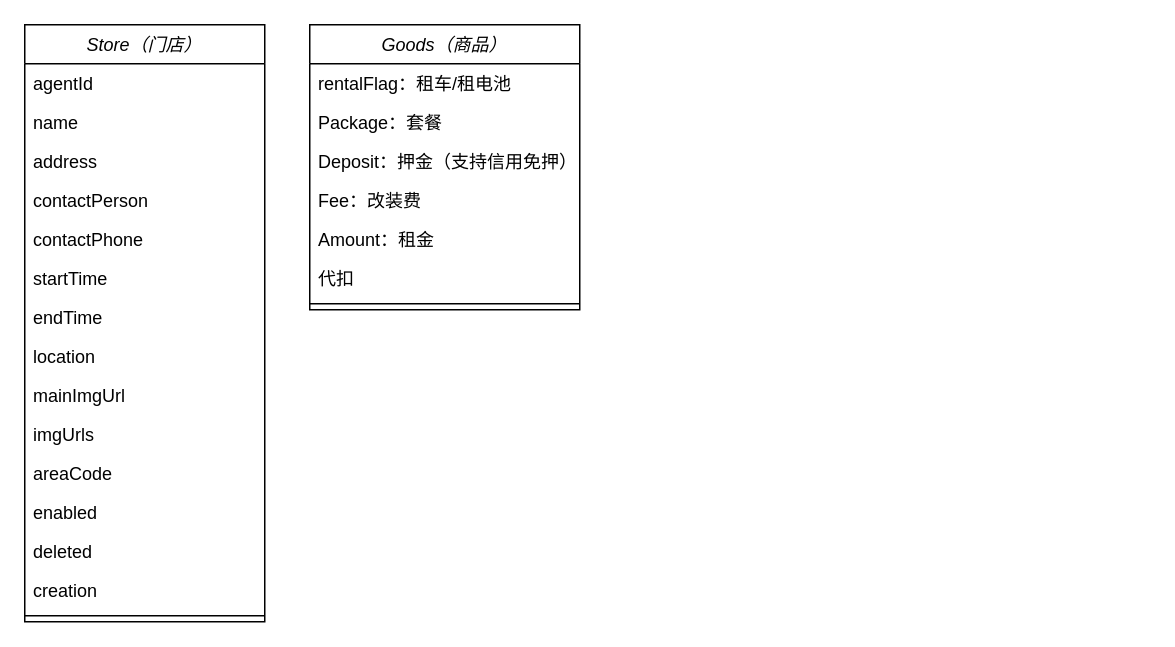
The draw.io diagram 换电SaaS平台.drawio in vikey5210000/diagrams, before the edit. Source tidied: cells renumbered, new cells numbered last; positions are measured from the earlier drawing's top-left corner, leaving out a move shared by most shapes. Both pictures are drawn from the tidied source at 150%, with x=0, y=0 at pixel (24, 24).
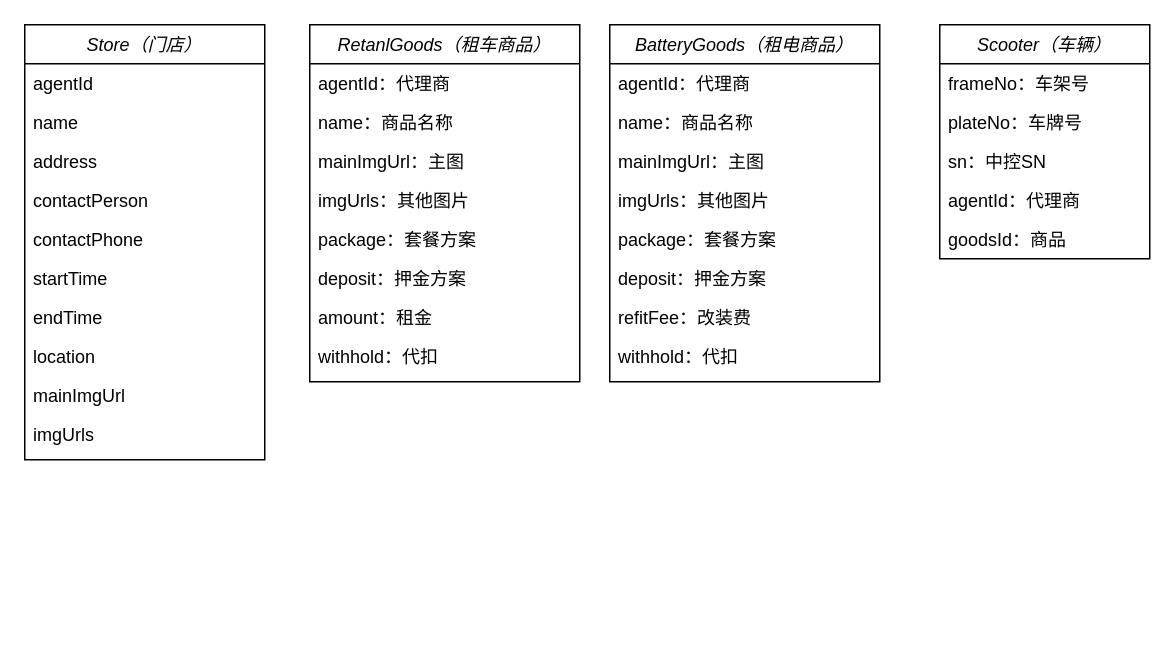
The same page after the edit.

Commit message:
更新换电SaaS平台.drawio

The edit, as a diff of the source:
```diff
@@
-    <mxCell id="2" value="Goods（商品）" style="swimlane;fontStyle=2;align=center;verticalAlign=top;horizontal=1;startSize=26;rounded=0;shadow=0;strokeWidth=1;" parent="1" vertex="1">
-      <mxGeometry x="190" width="180" height="190" as="geometry" />
+    <mxCell id="2" value="RetanlGoods（租车商品）" style="swimlane;fontStyle=2;align=center;verticalAlign=top;horizontal=1;startSize=26;rounded=0;shadow=0;strokeWidth=1;" parent="1" vertex="1">
+      <mxGeometry x="190" width="180" height="238" as="geometry" />
     </mxCell>
-    <mxCell id="3" value="rentalFlag：租车/租电池" style="text;align=left;verticalAlign=top;spacingLeft=4;spacingRight=4;overflow=hidden;" parent="2" vertex="1">
-      <mxGeometry y="26" width="180" height="26" as="geometry" />
-    </mxCell>
+    <mxCell id="26" value="agentId：代理商" style="text;align=left;verticalAlign=top;spacingLeft=4;spacingRight=4;overflow=hidden;rounded=0;shadow=0;html=0;" parent="2" vertex="1">
+      <mxGeometry y="26" width="180" height="26" as="geometry" />
+    </mxCell>
+    <mxCell id="27" value="name：商品名称" style="text;align=left;verticalAlign=top;spacingLeft=4;spacingRight=4;overflow=hidden;rounded=0;shadow=0;html=0;" parent="2" vertex="1">
+      <mxGeometry y="52" width="180" height="26" as="geometry" />
+    </mxCell>
+    <mxCell id="28" value="mainImgUrl：主图" style="text;align=left;verticalAlign=top;spacingLeft=4;spacingRight=4;overflow=hidden;rounded=0;shadow=0;html=0;" parent="2" vertex="1">
+      <mxGeometry y="78" width="180" height="26" as="geometry" />
+    </mxCell>
+    <mxCell id="29" value="imgUrls：其他图片" style="text;align=left;verticalAlign=top;spacingLeft=4;spacingRight=4;overflow=hidden;rounded=0;shadow=0;html=0;" parent="2" vertex="1">
+      <mxGeometry y="104" width="180" height="26" as="geometry" />
+    </mxCell>
-    <mxCell id="4" value="Package：套餐" style="text;align=left;verticalAlign=top;spacingLeft=4;spacingRight=4;overflow=hidden;rounded=0;shadow=0;html=0;" parent="2" vertex="1">
-      <mxGeometry y="52" width="180" height="26" as="geometry" />
+    <mxCell id="4" value="package：套餐方案" style="text;align=left;verticalAlign=top;spacingLeft=4;spacingRight=4;overflow=hidden;rounded=0;shadow=0;html=0;" parent="2" vertex="1">
+      <mxGeometry y="130" width="180" height="26" as="geometry" />
     </mxCell>
-    <mxCell id="5" value="Deposit：押金（支持信用免押）" style="text;align=left;verticalAlign=top;spacingLeft=4;spacingRight=4;overflow=hidden;rounded=0;shadow=0;html=0;" parent="2" vertex="1">
-      <mxGeometry y="78" width="180" height="26" as="geometry" />
+    <mxCell id="5" value="deposit：押金方案" style="text;align=left;verticalAlign=top;spacingLeft=4;spacingRight=4;overflow=hidden;rounded=0;shadow=0;html=0;" parent="2" vertex="1">
+      <mxGeometry y="156" width="180" height="26" as="geometry" />
     </mxCell>
-    <mxCell id="6" value="Fee：改装费" style="text;align=left;verticalAlign=top;spacingLeft=4;spacingRight=4;overflow=hidden;rounded=0;shadow=0;html=0;" parent="2" vertex="1">
-      <mxGeometry y="104" width="180" height="26" as="geometry" />
-    </mxCell>
-    <mxCell id="7" value="Amount：租金" style="text;align=left;verticalAlign=top;spacingLeft=4;spacingRight=4;overflow=hidden;rounded=0;shadow=0;html=0;" parent="2" vertex="1">
-      <mxGeometry y="130" width="180" height="26" as="geometry" />
+    <mxCell id="7" value="amount：租金" style="text;align=left;verticalAlign=top;spacingLeft=4;spacingRight=4;overflow=hidden;rounded=0;shadow=0;html=0;" parent="2" vertex="1">
+      <mxGeometry y="182" width="180" height="26" as="geometry" />
     </mxCell>
-    <mxCell id="8" value="代扣" style="text;align=left;verticalAlign=top;spacingLeft=4;spacingRight=4;overflow=hidden;rounded=0;shadow=0;html=0;" parent="2" vertex="1">
-      <mxGeometry y="156" width="180" height="26" as="geometry" />
+    <mxCell id="8" value="withhold：代扣" style="text;align=left;verticalAlign=top;spacingLeft=4;spacingRight=4;overflow=hidden;rounded=0;shadow=0;html=0;" parent="2" vertex="1">
+      <mxGeometry y="208" width="180" height="26" as="geometry" />
     </mxCell>
-    <mxCell id="9" style="line;html=1;strokeWidth=1;align=left;verticalAlign=middle;spacingTop=-1;spacingLeft=3;spacingRight=3;labelPosition=right;" parent="2" vertex="1">
-      <mxGeometry y="182" width="180" height="8" as="geometry" />
-    </mxCell>
     <mxCell id="10" value="Store（门店）" style="swimlane;fontStyle=2;align=center;verticalAlign=top;horizontal=1;startSize=26;" parent="1" vertex="1">
-      <mxGeometry width="160" height="398" as="geometry" />
+      <mxGeometry width="160" height="290" as="geometry" />
     </mxCell>
@@
     <mxCell id="20" value="imgUrls" style="text;strokeColor=none;fillColor=none;align=left;verticalAlign=top;spacingLeft=4;spacingRight=4;overflow=hidden;" parent="10" vertex="1">
-      <mxGeometry y="260" width="160" height="26" as="geometry" />
+      <mxGeometry y="260" width="160" height="30" as="geometry" />
     </mxCell>
-    <mxCell id="21" value="areaCode" style="text;strokeColor=none;fillColor=none;align=left;verticalAlign=top;spacingLeft=4;spacingRight=4;overflow=hidden;" parent="10" vertex="1">
-      <mxGeometry y="286" width="160" height="26" as="geometry" />
-    </mxCell>
-    <mxCell id="22" value="enabled" style="text;strokeColor=none;fillColor=none;align=left;verticalAlign=top;spacingLeft=4;spacingRight=4;overflow=hidden;" parent="10" vertex="1">
-      <mxGeometry y="312" width="160" height="26" as="geometry" />
-    </mxCell>
-    <mxCell id="23" value="deleted" style="text;strokeColor=none;fillColor=none;align=left;verticalAlign=top;spacingLeft=4;spacingRight=4;overflow=hidden;" parent="10" vertex="1">
-      <mxGeometry y="338" width="160" height="26" as="geometry" />
-    </mxCell>
-    <mxCell id="24" value="creation" style="text;strokeColor=none;fillColor=none;align=left;verticalAlign=top;spacingLeft=4;spacingRight=4;overflow=hidden;" parent="10" vertex="1">
-      <mxGeometry y="364" width="160" height="26" as="geometry" />
-    </mxCell>
-    <mxCell id="25" style="line;strokeWidth=1;fillColor=none;align=left;verticalAlign=middle;spacingTop=-1;spacingLeft=3;spacingRight=3;labelPosition=right;" parent="10" vertex="1">
-      <mxGeometry y="390" width="160" height="8" as="geometry" />
-    </mxCell>
+    <mxCell id="30" value="BatteryGoods（租电商品）" style="swimlane;fontStyle=2;align=center;verticalAlign=top;horizontal=1;startSize=26;rounded=0;shadow=0;strokeWidth=1;" parent="1" vertex="1">
+      <mxGeometry x="390" width="180" height="238" as="geometry" />
+    </mxCell>
+    <mxCell id="31" value="agentId：代理商" style="text;align=left;verticalAlign=top;spacingLeft=4;spacingRight=4;overflow=hidden;rounded=0;shadow=0;html=0;" parent="30" vertex="1">
+      <mxGeometry y="26" width="180" height="26" as="geometry" />
+    </mxCell>
+    <mxCell id="32" value="name：商品名称" style="text;align=left;verticalAlign=top;spacingLeft=4;spacingRight=4;overflow=hidden;rounded=0;shadow=0;html=0;" parent="30" vertex="1">
+      <mxGeometry y="52" width="180" height="26" as="geometry" />
+    </mxCell>
+    <mxCell id="33" value="mainImgUrl：主图" style="text;align=left;verticalAlign=top;spacingLeft=4;spacingRight=4;overflow=hidden;rounded=0;shadow=0;html=0;" parent="30" vertex="1">
+      <mxGeometry y="78" width="180" height="26" as="geometry" />
+    </mxCell>
+    <mxCell id="34" value="imgUrls：其他图片" style="text;align=left;verticalAlign=top;spacingLeft=4;spacingRight=4;overflow=hidden;rounded=0;shadow=0;html=0;" parent="30" vertex="1">
+      <mxGeometry y="104" width="180" height="26" as="geometry" />
+    </mxCell>
+    <mxCell id="35" value="package：套餐方案" style="text;align=left;verticalAlign=top;spacingLeft=4;spacingRight=4;overflow=hidden;rounded=0;shadow=0;html=0;" parent="30" vertex="1">
+      <mxGeometry y="130" width="180" height="26" as="geometry" />
+    </mxCell>
+    <mxCell id="36" value="deposit：押金方案" style="text;align=left;verticalAlign=top;spacingLeft=4;spacingRight=4;overflow=hidden;rounded=0;shadow=0;html=0;" parent="30" vertex="1">
+      <mxGeometry y="156" width="180" height="26" as="geometry" />
+    </mxCell>
+    <mxCell id="37" value="refitFee：改装费" style="text;align=left;verticalAlign=top;spacingLeft=4;spacingRight=4;overflow=hidden;rounded=0;shadow=0;html=0;" parent="30" vertex="1">
+      <mxGeometry y="182" width="180" height="26" as="geometry" />
+    </mxCell>
+    <mxCell id="38" value="withhold：代扣" style="text;align=left;verticalAlign=top;spacingLeft=4;spacingRight=4;overflow=hidden;rounded=0;shadow=0;html=0;" parent="30" vertex="1">
+      <mxGeometry y="208" width="180" height="26" as="geometry" />
+    </mxCell>
+    <mxCell id="39" value="Scooter（车辆）" style="swimlane;fontStyle=2;horizontal=1;startSize=26;fillColor=none;" parent="1" vertex="1">
+      <mxGeometry x="610" width="140" height="156" as="geometry" />
+    </mxCell>
+    <mxCell id="40" value="frameNo：车架号" style="text;strokeColor=none;fillColor=none;align=left;verticalAlign=top;spacingLeft=4;spacingRight=4;overflow=hidden;" parent="39" vertex="1">
+      <mxGeometry y="26" width="140" height="26" as="geometry" />
+    </mxCell>
+    <mxCell id="41" value="plateNo：车牌号" style="text;strokeColor=none;fillColor=none;align=left;verticalAlign=top;spacingLeft=4;spacingRight=4;overflow=hidden;" parent="39" vertex="1">
+      <mxGeometry y="52" width="140" height="26" as="geometry" />
+    </mxCell>
+    <mxCell id="42" value="sn：中控SN" style="text;strokeColor=none;fillColor=none;align=left;verticalAlign=top;spacingLeft=4;spacingRight=4;overflow=hidden;" parent="39" vertex="1">
+      <mxGeometry y="78" width="140" height="26" as="geometry" />
+    </mxCell>
+    <mxCell id="43" value="agentId：代理商" style="text;strokeColor=none;fillColor=none;align=left;verticalAlign=top;spacingLeft=4;spacingRight=4;overflow=hidden;" parent="39" vertex="1">
+      <mxGeometry y="104" width="140" height="26" as="geometry" />
+    </mxCell>
+    <mxCell id="44" value="goodsId：商品" style="text;strokeColor=none;fillColor=none;align=left;verticalAlign=top;spacingLeft=4;spacingRight=4;overflow=hidden;" parent="39" vertex="1">
+      <mxGeometry y="130" width="140" height="26" as="geometry" />
+    </mxCell>
```
